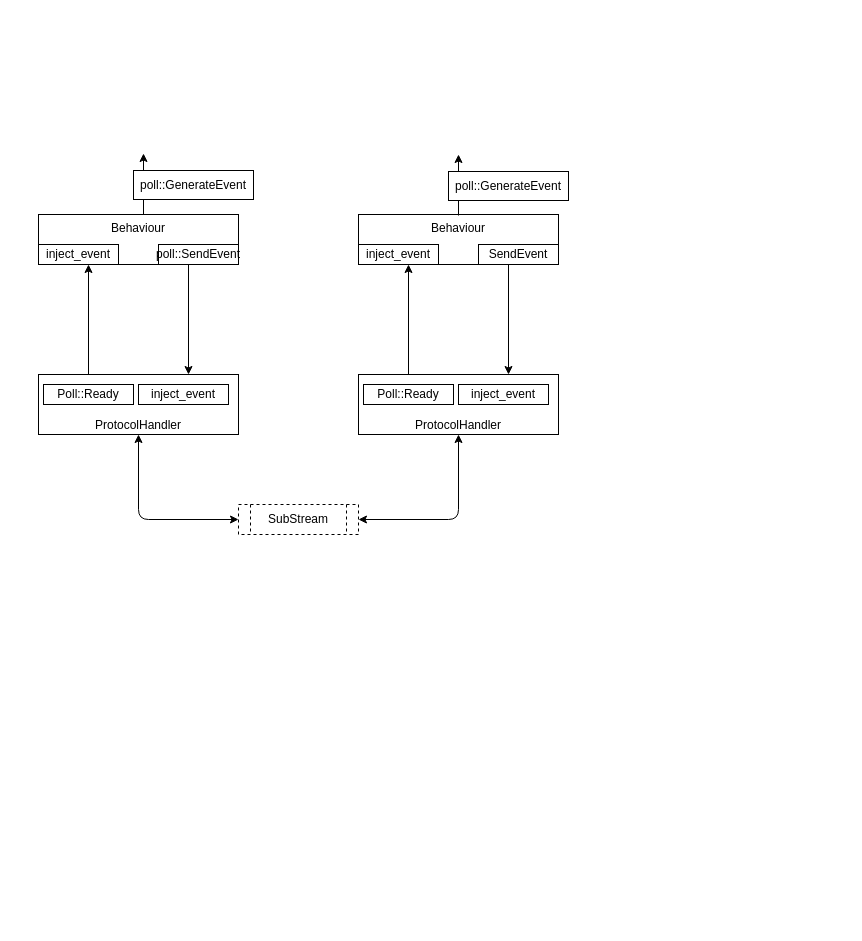
Earlier version of the draw.io diagram page "Page-7" (7 of 9) of 设计说明/system.drawio (plotozhu/PynxDoc). Source tidied: cells renumbered, new cells numbered last; positions are measured from the earlier drawing's top-left corner, leaving out a move shared by most shapes. Both pictures are drawn from the tidied source at 100%, with x=0, y=0 at pixel (38, 153).
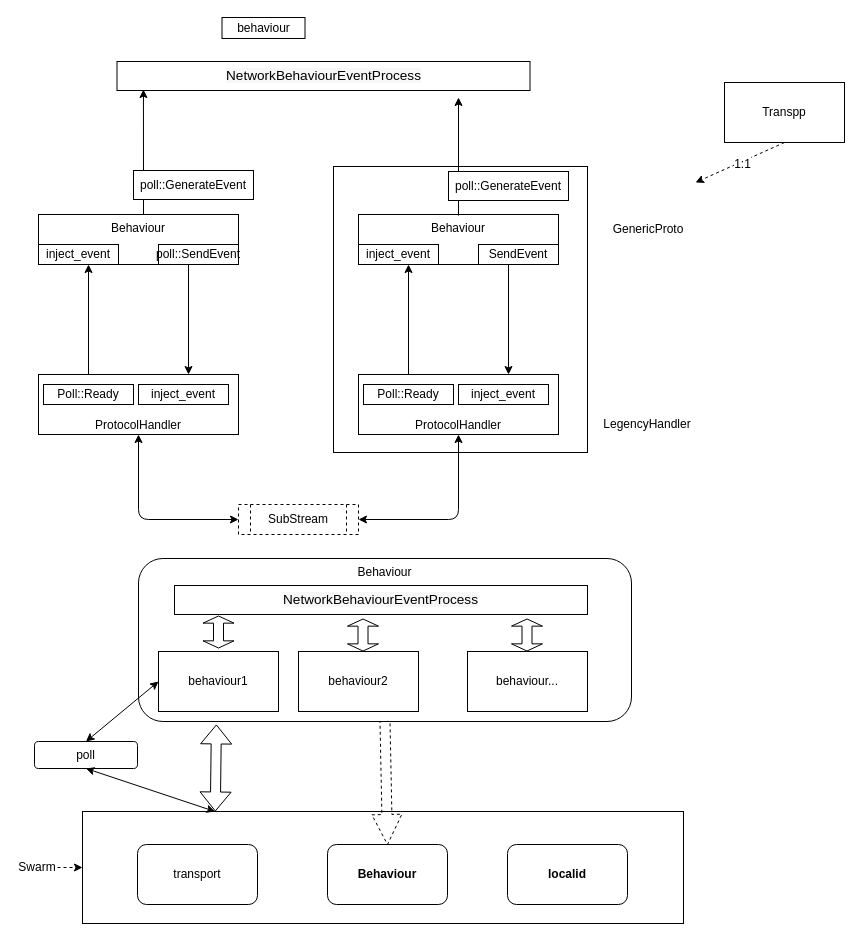
Above is the later version.

The edit, as a diff of the source:
```diff
@@
+    <mxCell id="25" style="rounded=0;whiteSpace=wrap;html=1;" parent="1" vertex="1">
+      <mxGeometry x="295" y="13" width="254" height="286" as="geometry" />
+    </mxCell>
@@
-    <mxCell id="21" style="endArrow=classic;html=1;" parent="1" edge="1">
+    <mxCell id="21" style="endArrow=classic;html=1;entryX=0.064;entryY=0.966;entryDx=0;entryDy=0;entryPerimeter=0;" parent="1" edge="1" target="51">
       <mxGeometry relative="1" as="geometry">
         <mxPoint x="105" y="61" as="sourcePoint" />
-        <mxPoint x="105" as="targetPoint" />
       </mxGeometry>
     </mxCell>
@@
     <mxCell id="23" style="endArrow=classic;html=1;" parent="1" edge="1">
       <mxGeometry relative="1" as="geometry">
         <mxPoint x="420" y="62" as="sourcePoint" />
-        <mxPoint x="420" y="1" as="targetPoint" />
+        <mxPoint x="420" y="-56" as="targetPoint" />
       </mxGeometry>
     </mxCell>
@@
+    <mxCell id="26" value="GenericProto" style="text;html=1;strokeColor=none;fillColor=none;align=center;verticalAlign=middle;whiteSpace=wrap;rounded=0;" parent="1" vertex="1">
+      <mxGeometry x="590" y="66" width="40" height="20" as="geometry" />
+    </mxCell>
+    <mxCell id="27" value="LegencyHandler" style="text;html=1;strokeColor=none;fillColor=none;align=center;verticalAlign=middle;whiteSpace=wrap;rounded=0;" parent="1" vertex="1">
+      <mxGeometry x="589" y="261" width="40" height="20" as="geometry" />
+    </mxCell>
+    <mxCell id="28" value="Transpp" style="rounded=0;whiteSpace=wrap;html=1;" parent="1" vertex="1">
+      <mxGeometry x="686" y="-71" width="120" height="60" as="geometry" />
+    </mxCell>
+    <mxCell id="29" style="endArrow=classic;html=1;dashed=1;exitX=0.5;exitY=1;exitDx=0;exitDy=0;" parent="1" edge="1" source="28">
+      <mxGeometry relative="1" as="geometry">
+        <mxPoint x="657" y="29" as="targetPoint" />
+      </mxGeometry>
+    </mxCell>
+    <mxCell id="30" value="1:1" style="text;html=1;align=center;verticalAlign=middle;labelBackgroundColor=#ffffff;" parent="29" vertex="1">
+      <mxGeometry x="-0.03" y="2" relative="1" as="geometry" />
+    </mxCell>
+    <mxCell id="31" value="behaviour" style="rounded=0;whiteSpace=wrap;html=1;" parent="1" vertex="1">
+      <mxGeometry x="183.5" y="-136" width="83" height="21" as="geometry" />
+    </mxCell>
+    <mxCell id="32" style="rounded=0;whiteSpace=wrap;html=1;" parent="1" vertex="1">
+      <mxGeometry x="44" y="658" width="601" height="112" as="geometry" />
+    </mxCell>
+    <mxCell id="33" value="transport" style="rounded=1;whiteSpace=wrap;html=1;" parent="1" vertex="1">
+      <mxGeometry x="99" y="691" width="120" height="60" as="geometry" />
+    </mxCell>
+    <mxCell id="34" value="Behaviour" style="rounded=1;whiteSpace=wrap;html=1;fontStyle=1;" parent="1" vertex="1">
+      <mxGeometry x="289" y="691" width="120" height="60" as="geometry" />
+    </mxCell>
+    <mxCell id="35" value="localid" style="rounded=1;whiteSpace=wrap;html=1;fontStyle=1;" parent="1" vertex="1">
+      <mxGeometry x="469" y="691" width="120" height="60" as="geometry" />
+    </mxCell>
+    <mxCell id="36" value="Behaviour" style="rounded=1;whiteSpace=wrap;html=1;verticalAlign=top;" parent="1" vertex="1">
+      <mxGeometry x="100" y="405" width="493" height="163" as="geometry" />
+    </mxCell>
+    <mxCell id="37" value="behaviour1" style="rounded=0;whiteSpace=wrap;html=1;" parent="1" vertex="1">
+      <mxGeometry x="120" y="498" width="120" height="60" as="geometry" />
+    </mxCell>
+    <mxCell id="38" value="behaviour2" style="rounded=0;whiteSpace=wrap;html=1;" parent="1" vertex="1">
+      <mxGeometry x="260" y="498" width="120" height="60" as="geometry" />
+    </mxCell>
+    <mxCell id="39" value="behaviour..." style="rounded=0;whiteSpace=wrap;html=1;" parent="1" vertex="1">
+      <mxGeometry x="429" y="498" width="120" height="60" as="geometry" />
+    </mxCell>
+    <mxCell id="40" style="curved=1;endArrow=classic;html=1;dashed=1;entryX=0.5;entryY=0;entryDx=0;entryDy=0;exitX=0.5;exitY=1;exitDx=0;exitDy=0;edgeStyle=orthogonalEdgeStyle;shape=arrow;" parent="1" edge="1" source="36" target="34">
+      <mxGeometry relative="1" as="geometry" />
+    </mxCell>
+    <mxCell id="41" value="Swarm" style="text;html=1;strokeColor=none;fillColor=none;align=center;verticalAlign=middle;whiteSpace=wrap;rounded=0;" parent="1" vertex="1">
+      <mxGeometry x="-21" y="704" width="40" height="20" as="geometry" />
+    </mxCell>
+    <mxCell id="42" style="endArrow=classic;html=1;dashed=1;entryX=0;entryY=0.5;entryDx=0;entryDy=0;exitX=1;exitY=0.5;exitDx=0;exitDy=0;" parent="1" edge="1" source="41" target="32">
+      <mxGeometry relative="1" as="geometry" />
+    </mxCell>
+    <mxCell id="43" value="&lt;span style=&quot;font-family: , &amp;#34;consolas&amp;#34; , &amp;#34;liberation mono&amp;#34; , &amp;#34;menlo&amp;#34; , &amp;#34;courier&amp;#34; , monospace ; font-size: 13.6px ; white-space: pre ; background-color: rgb(247 , 247 , 247)&quot;&gt;NetworkBehaviourEventProcess&lt;/span&gt;" style="rounded=0;whiteSpace=wrap;html=1;" parent="1" vertex="1">
+      <mxGeometry x="136" y="432" width="413" height="29" as="geometry" />
+    </mxCell>
+    <mxCell id="44" value="poll" style="rounded=1;whiteSpace=wrap;html=1;" parent="1" vertex="1">
+      <mxGeometry x="-4" y="588" width="103" height="27" as="geometry" />
+    </mxCell>
+    <mxCell id="45" style="shape=flexArrow;endArrow=classic;startArrow=classic;html=1;entryX=0.158;entryY=1.018;entryDx=0;entryDy=0;entryPerimeter=0;exitX=0.221;exitY=0;exitDx=0;exitDy=0;exitPerimeter=0;" parent="1" edge="1" source="32" target="36">
+      <mxGeometry relative="1" as="geometry" />
+    </mxCell>
+    <mxCell id="46" style="endArrow=classic;startArrow=classic;html=1;exitX=0.5;exitY=0;exitDx=0;exitDy=0;entryX=0;entryY=0.5;entryDx=0;entryDy=0;" parent="1" edge="1" source="44" target="37">
+      <mxGeometry relative="1" as="geometry" />
+    </mxCell>
+    <mxCell id="47" style="shape=flexArrow;endArrow=classic;startArrow=classic;html=1;width=10;endSize=2.05;startSize=2.05;" parent="1" edge="1">
+      <mxGeometry relative="1" as="geometry">
+        <mxPoint x="180" y="495" as="sourcePoint" />
+        <mxPoint x="180" y="462" as="targetPoint" />
+      </mxGeometry>
+    </mxCell>
+    <mxCell id="48" style="shape=flexArrow;endArrow=classic;startArrow=classic;html=1;width=10;endSize=2.05;startSize=2.05;" parent="1" edge="1">
+      <mxGeometry relative="1" as="geometry">
+        <mxPoint x="488.5" y="498" as="sourcePoint" />
+        <mxPoint x="488.5" y="465" as="targetPoint" />
+      </mxGeometry>
+    </mxCell>
+    <mxCell id="49" style="shape=flexArrow;endArrow=classic;startArrow=classic;html=1;width=10;endSize=2.05;startSize=2.05;" parent="1" edge="1">
+      <mxGeometry relative="1" as="geometry">
+        <mxPoint x="324.5" y="498" as="sourcePoint" />
+        <mxPoint x="324.5" y="465" as="targetPoint" />
+      </mxGeometry>
+    </mxCell>
+    <mxCell id="50" style="endArrow=classic;startArrow=classic;html=1;entryX=0.5;entryY=1;entryDx=0;entryDy=0;" parent="1" edge="1" source="32" target="44">
+      <mxGeometry relative="1" as="geometry" />
+    </mxCell>
+    <mxCell id="51" value="&lt;span style=&quot;font-family: , &amp;#34;consolas&amp;#34; , &amp;#34;liberation mono&amp;#34; , &amp;#34;menlo&amp;#34; , &amp;#34;courier&amp;#34; , monospace ; font-size: 13.6px ; white-space: pre ; background-color: rgb(247 , 247 , 247)&quot;&gt;NetworkBehaviourEventProcess&lt;/span&gt;" style="rounded=0;whiteSpace=wrap;html=1;" parent="1" vertex="1">
+      <mxGeometry x="78.5" y="-92" width="413" height="29" as="geometry" />
+    </mxCell>
```
